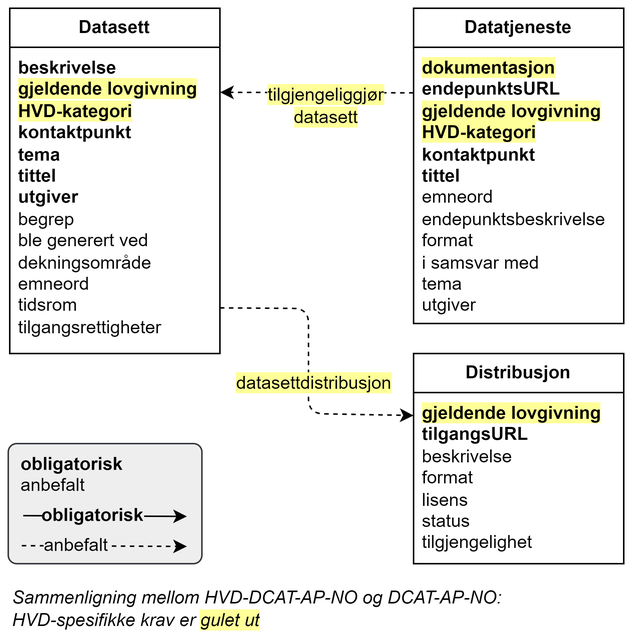
Before: docs/images/HVD-DCAT-AP-NO-forenklet-fremstilling.png, a diagram exported from draw.io (Informasjonsforvaltning/hvd-dcat-ap-no). Source tidied: cells renumbered, new cells last; positions are measured from the earlier drawing's top-left corner, leaving out a move shared by most shapes.
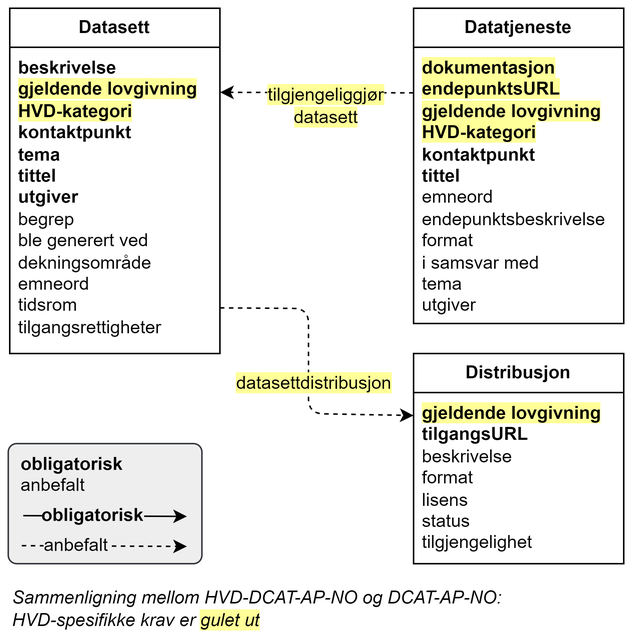
Above is the later version.

Commit message:
Oppdatering Forenklet fremstilling

The edit, as a diff of the source:
```diff
@@ -11,7 +11,7 @@
     <mxCell id="4" value="&lt;b&gt;Datatjeneste&lt;/b&gt;" style="swimlane;fontStyle=0;horizontal=1;startSize=26;fillColor=none;whiteSpace=wrap;html=1;" parent="1" vertex="1">
       <mxGeometry x="270" width="140" height="210" as="geometry" />
     </mxCell>
-    <mxCell id="5" value="&lt;div style=&quot;&quot;&gt;&lt;b style=&quot;background-color: rgb(255, 255, 153);&quot;&gt;dokumentasjon&lt;/b&gt;&lt;/div&gt;&lt;div style=&quot;&quot;&gt;&lt;b style=&quot;&quot;&gt;endepunktsURL&lt;/b&gt;&lt;/div&gt;&lt;div style=&quot;&quot;&gt;&lt;b style=&quot;background-color: rgb(255, 255, 153);&quot;&gt;gjeldende lovgivning&lt;/b&gt;&lt;/div&gt;&lt;div&gt;&lt;b style=&quot;background-color: rgb(255, 255, 153);&quot;&gt;HVD-kategori&lt;/b&gt;&lt;/div&gt;&lt;div&gt;&lt;b style=&quot;&quot;&gt;kontaktpunkt&lt;/b&gt;&lt;/div&gt;&lt;div style=&quot;&quot;&gt;&lt;span style=&quot;background-color: rgb(255, 255, 255);&quot;&gt;&lt;b&gt;tittel&lt;/b&gt;&lt;/span&gt;&lt;/div&gt;&lt;div style=&quot;&quot;&gt;&lt;span style=&quot;background-color: rgb(255, 255, 255);&quot;&gt;emneord&lt;/span&gt;&lt;br&gt;&lt;/div&gt;&lt;div style=&quot;&quot;&gt;&lt;span style=&quot;background-color: rgb(255, 255, 255);&quot;&gt;endepunktsbeskrivelse&lt;/span&gt;&lt;/div&gt;&lt;div style=&quot;&quot;&gt;&lt;span style=&quot;background-color: rgb(255, 255, 255);&quot;&gt;format&lt;/span&gt;&lt;/div&gt;&lt;div style=&quot;&quot;&gt;&lt;span style=&quot;background-color: rgb(255, 255, 255);&quot;&gt;i samsvar med&lt;/span&gt;&lt;/div&gt;&lt;div style=&quot;&quot;&gt;&lt;span style=&quot;background-color: rgb(255, 255, 255);&quot;&gt;tema&lt;/span&gt;&lt;/div&gt;&lt;div style=&quot;&quot;&gt;&lt;span style=&quot;background-color: rgb(255, 255, 255);&quot;&gt;utgiver&lt;/span&gt;&lt;/div&gt;" style="text;strokeColor=none;fillColor=none;align=left;verticalAlign=top;spacingLeft=4;spacingRight=4;overflow=hidden;points=[[0,0.5],[1,0.5]];portConstraint=eastwest;whiteSpace=wrap;html=1;" parent="4" vertex="1">
+    <mxCell id="5" value="&lt;div style=&quot;&quot;&gt;&lt;b style=&quot;background-color: rgb(255, 255, 153);&quot;&gt;dokumentasjon&lt;/b&gt;&lt;/div&gt;&lt;div style=&quot;&quot;&gt;&lt;b style=&quot;background-color: rgb(255, 255, 153);&quot;&gt;endepunktsURL&lt;/b&gt;&lt;/div&gt;&lt;div style=&quot;&quot;&gt;&lt;b style=&quot;background-color: rgb(255, 255, 153);&quot;&gt;gjeldende lovgivning&lt;/b&gt;&lt;/div&gt;&lt;div&gt;&lt;b style=&quot;background-color: rgb(255, 255, 153);&quot;&gt;HVD-kategori&lt;/b&gt;&lt;/div&gt;&lt;div&gt;&lt;b style=&quot;&quot;&gt;kontaktpunkt&lt;/b&gt;&lt;/div&gt;&lt;div style=&quot;&quot;&gt;&lt;span style=&quot;background-color: rgb(255, 255, 255);&quot;&gt;&lt;b&gt;tittel&lt;/b&gt;&lt;/span&gt;&lt;/div&gt;&lt;div style=&quot;&quot;&gt;&lt;span style=&quot;background-color: rgb(255, 255, 255);&quot;&gt;emneord&lt;/span&gt;&lt;br&gt;&lt;/div&gt;&lt;div style=&quot;&quot;&gt;&lt;span style=&quot;background-color: rgb(255, 255, 255);&quot;&gt;endepunktsbeskrivelse&lt;/span&gt;&lt;/div&gt;&lt;div style=&quot;&quot;&gt;&lt;span style=&quot;background-color: rgb(255, 255, 255);&quot;&gt;format&lt;/span&gt;&lt;/div&gt;&lt;div style=&quot;&quot;&gt;&lt;span style=&quot;background-color: rgb(255, 255, 255);&quot;&gt;i samsvar med&lt;/span&gt;&lt;/div&gt;&lt;div style=&quot;&quot;&gt;&lt;span style=&quot;background-color: rgb(255, 255, 255);&quot;&gt;tema&lt;/span&gt;&lt;/div&gt;&lt;div style=&quot;&quot;&gt;&lt;span style=&quot;background-color: rgb(255, 255, 255);&quot;&gt;utgiver&lt;/span&gt;&lt;/div&gt;" style="text;strokeColor=none;fillColor=none;align=left;verticalAlign=top;spacingLeft=4;spacingRight=4;overflow=hidden;points=[[0,0.5],[1,0.5]];portConstraint=eastwest;whiteSpace=wrap;html=1;" parent="4" vertex="1">
       <mxGeometry y="26" width="140" height="184" as="geometry" />
     </mxCell>
     <mxCell id="6" value="&lt;b&gt;Distribusjon&lt;/b&gt;" style="swimlane;fontStyle=0;horizontal=1;startSize=26;fillColor=none;whiteSpace=wrap;html=1;" parent="1" vertex="1">
```
